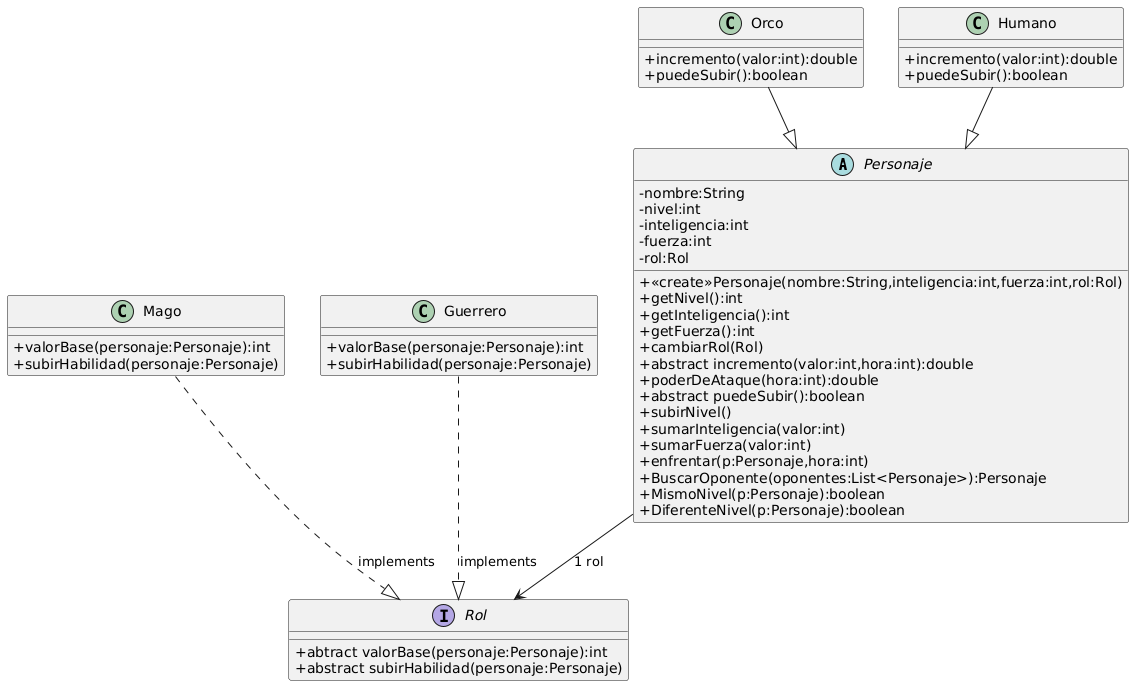
Before: parcial2-2024/uml.png, a diagram exported from PlantUML (FranManu18/Practica-Orientacion-a-Objetos-1).
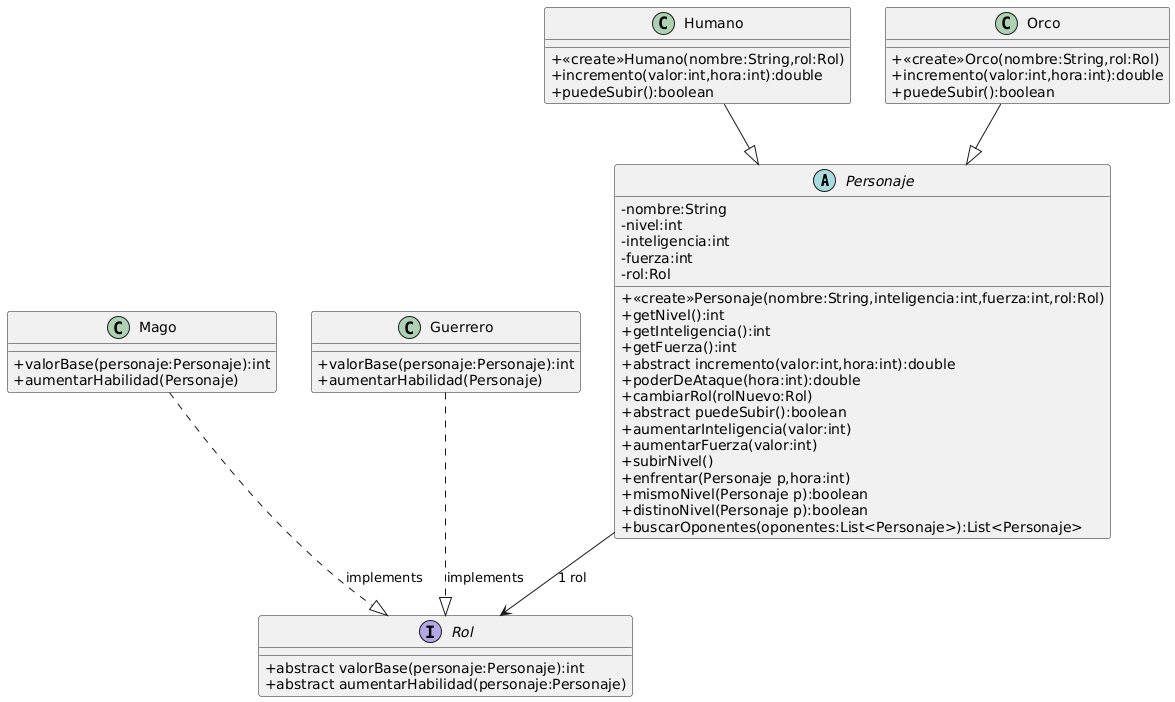
The same file after the commit.

What changed in the source:
```diff
@@ -1,6 +1,5 @@
 @startuml
 skinparam classAttributeIconSize 0
-
 abstract Personaje{
 -nombre:String
 -nivel:int
@@ -12,50 +11,49 @@
 +getNivel():int
 +getInteligencia():int
 +getFuerza():int
-+cambiarRol(Rol)
 +abstract incremento(valor:int,hora:int):double
 +poderDeAtaque(hora:int):double
++cambiarRol(rolNuevo:Rol)
 +abstract puedeSubir():boolean
++aumentarInteligencia(valor:int)
++aumentarFuerza(valor:int)
 +subirNivel()
-+sumarInteligencia(valor:int)
-+sumarFuerza(valor:int)
-+enfrentar(p:Personaje,hora:int)
-+BuscarOponente(oponentes:List<Personaje>):Personaje
-+MismoNivel(p:Personaje):boolean
-+DiferenteNivel(p:Personaje):boolean
++enfrentar(Personaje p,hora:int)
++mismoNivel(Personaje p):boolean
++distinoNivel(Personaje p):boolean
++buscarOponentes(oponentes:List<Personaje>):List<Personaje>
+}
+
+class Humano{
++<<create>>Humano(nombre:String,rol:Rol)
++incremento(valor:int,hora:int):double
++puedeSubir():boolean
 }
 
 class Orco{
-+incremento(valor:int):double
-+puedeSubir():boolean
-}
-
-class Humano{
-+incremento(valor:int):double
++<<create>>Orco(nombre:String,rol:Rol)
++incremento(valor:int,hora:int):double
 +puedeSubir():boolean
 }
 
 interface Rol{
-
-+abtract valorBase(personaje:Personaje):int
-+abstract subirHabilidad(personaje:Personaje)
++abstract valorBase(personaje:Personaje):int
++abstract aumentarHabilidad(personaje:Personaje)
 }
 
 class Mago{
 +valorBase(personaje:Personaje):int
-+subirHabilidad(personaje:Personaje)
++aumentarHabilidad(Personaje)
 }
 
 class Guerrero{
 +valorBase(personaje:Personaje):int
-+subirHabilidad(personaje:Personaje)
++aumentarHabilidad(Personaje)
 }
 
 Humano--|>Personaje
 Orco--|>Personaje
-
+Personaje-->Rol:1 rol
 Mago..|>Rol:implements
 Guerrero..|>Rol:implements
-
-Personaje-->Rol:1 rol
 @enduml
```
